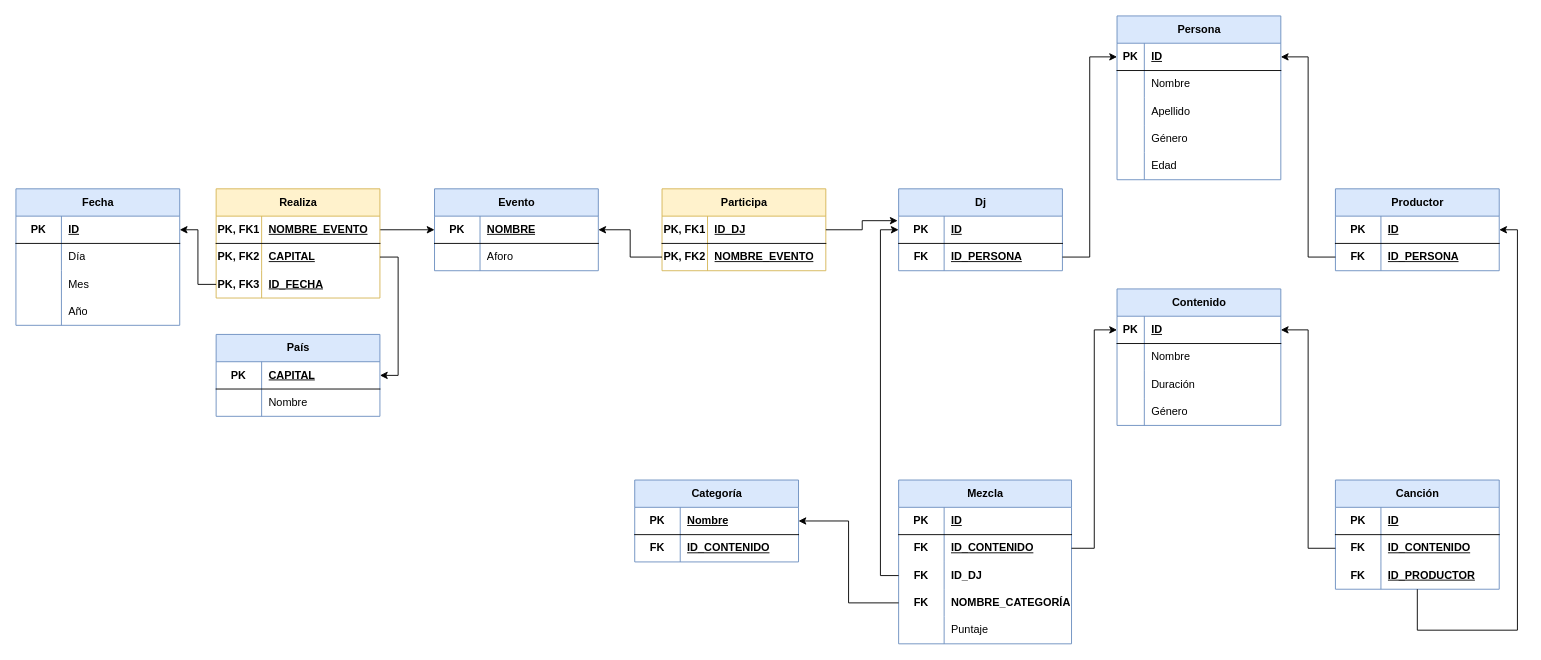
samugd17/proyecto_bae keeps this draw.io diagram as page "MR Corregido" (6 of 6) of modelo_entidad_relación.drawio. Above is the earlier version. Source tidied: cells renumbered, new cells numbered last; positions are measured from the earlier drawing's top-left corner, leaving out a move shared by most shapes. Both pictures are drawn from the tidied source at 91%, with x=0, y=0 at pixel (15, 15).
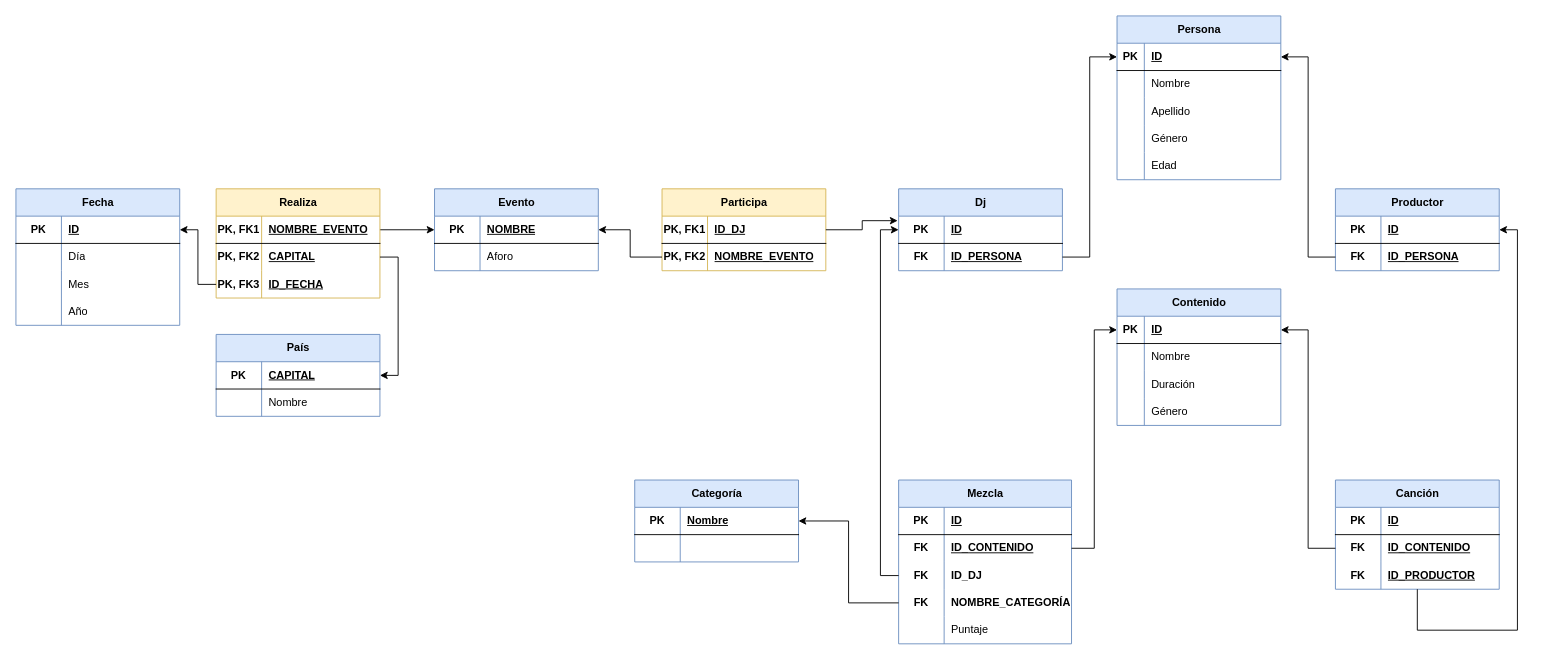
The same page after the edit.

Unchanged cells that the change refers to:
```xml
<mxCell id="79" style="shape=tableRow;horizontal=0;startSize=0;swimlaneHead=0;swimlaneBody=0;fillColor=none;top=0;left=0;right=0;bottom=0;" parent="75" vertex="1">
  <mxGeometry y="60" width="180" height="30" as="geometry" />
</mxCell>
```

What changed in the source:
```diff
@@
-    <mxCell id="80" value="&lt;b&gt;FK&lt;/b&gt;" style="shape=partialRectangle;fillColor=none;top=0;left=0;bottom=0;right=0;overflow=hidden;whiteSpace=wrap;html=1;" parent="79" vertex="1">
+    <mxCell id="80" style="shape=partialRectangle;fillColor=none;top=0;left=0;bottom=0;right=0;overflow=hidden;whiteSpace=wrap;html=1;" parent="79" vertex="1">
       <mxGeometry width="50" height="30" as="geometry" />
     </mxCell>
-    <mxCell id="81" value="&lt;b&gt;&lt;u&gt;ID_CONTENIDO&lt;/u&gt;&lt;/b&gt;" style="shape=partialRectangle;fillColor=none;top=0;left=0;bottom=0;right=0;align=left;spacingLeft=6;overflow=hidden;whiteSpace=wrap;html=1;" parent="79" vertex="1">
+    <mxCell id="81" style="shape=partialRectangle;fillColor=none;top=0;left=0;bottom=0;right=0;align=left;spacingLeft=6;overflow=hidden;whiteSpace=wrap;html=1;" parent="79" vertex="1">
       <mxGeometry x="50" width="130" height="30" as="geometry" />
     </mxCell>
```
